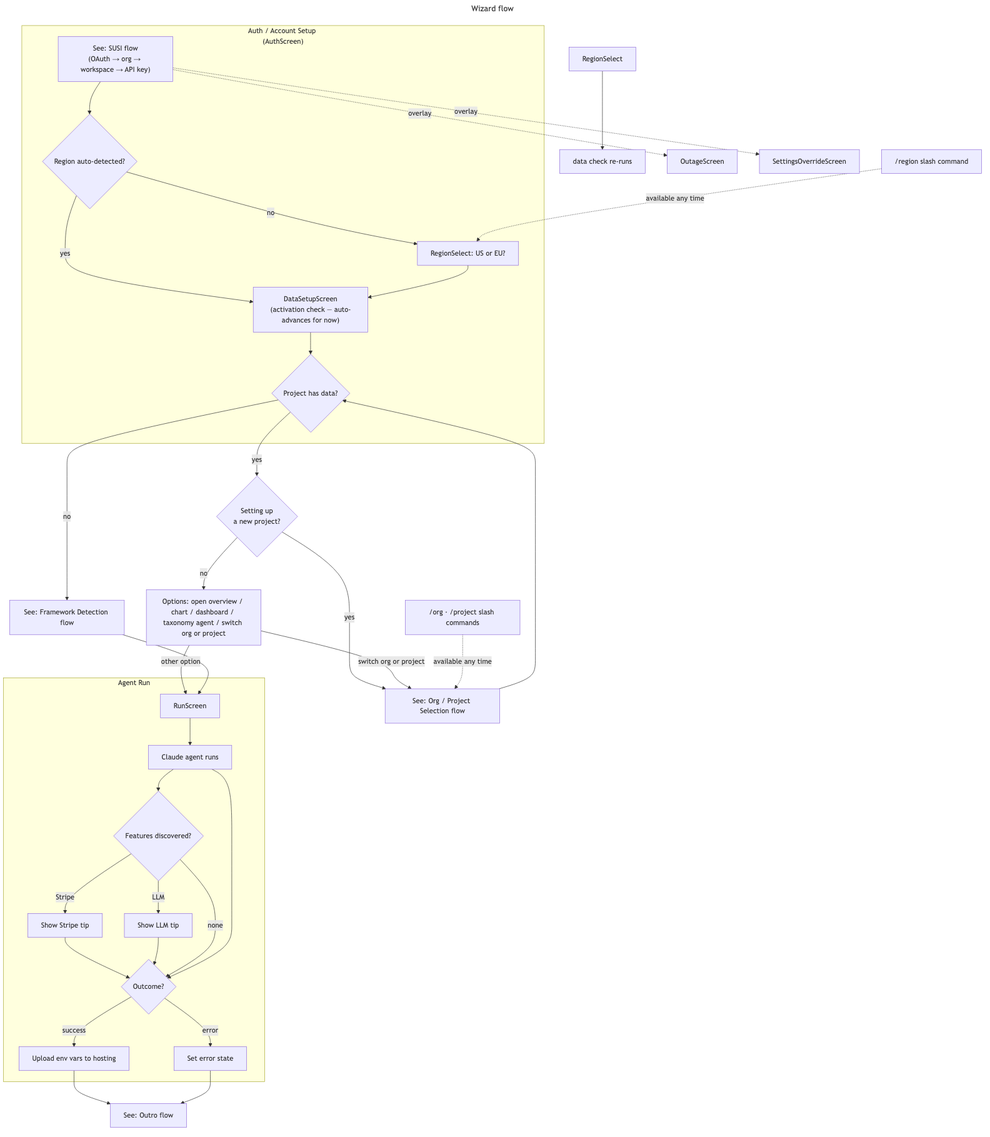
Before: docs/diagrams/wizard-flow.png, a diagram exported from Mermaid (amplitude/wizard). Its source is kept beside it as docs/diagrams/wizard-flow.mmd.
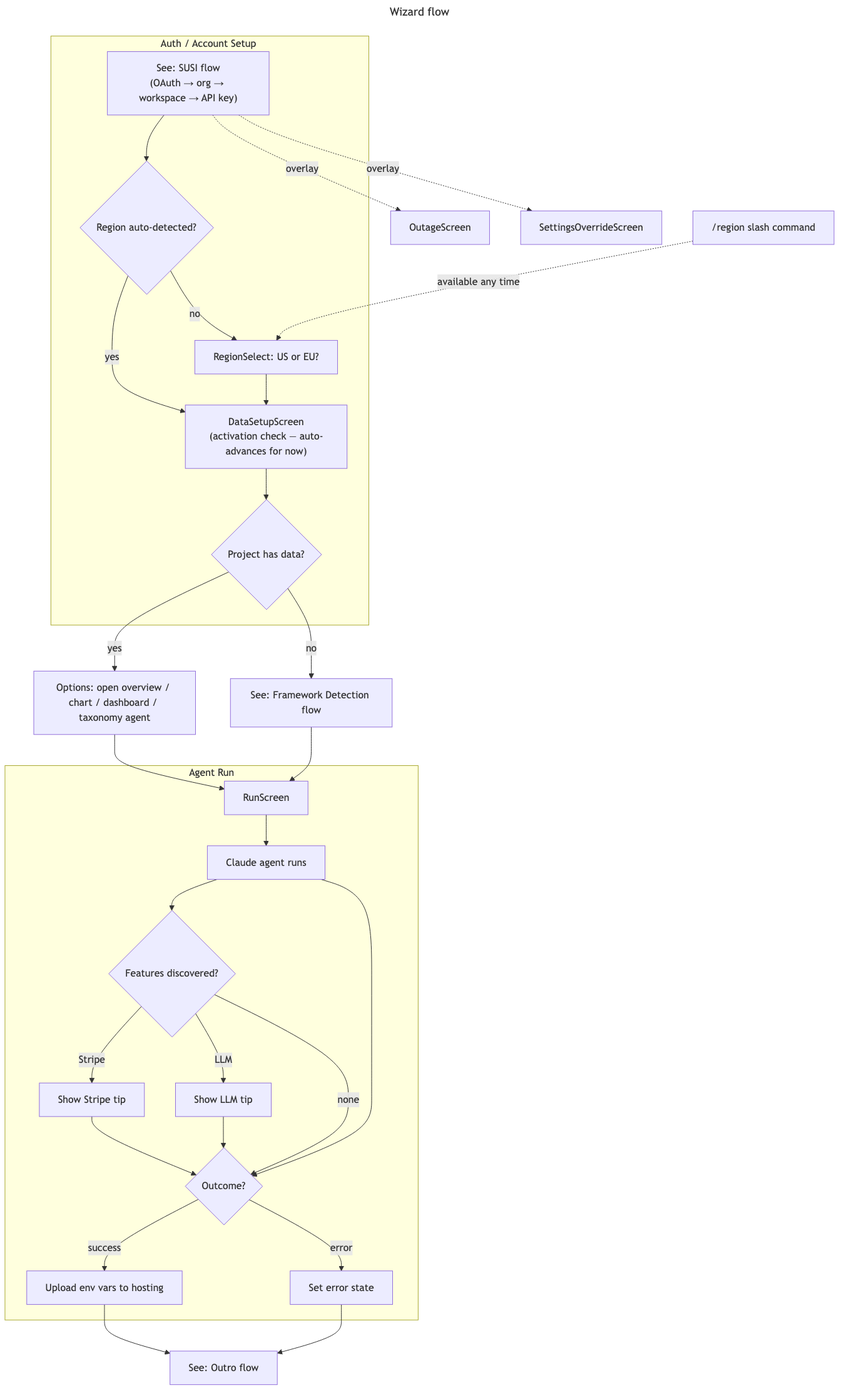
Later version of the same file.

What changed in the source:
```diff
@@ -12,18 +12,12 @@
     end
 
     DATA_CHECK -->|no| FRAMEWORK["See: Framework Detection flow"]
-    DATA_CHECK -->|yes| NEW_PROJECT{Setting up<br/>a new project?}
-    NEW_PROJECT -->|yes| ORG_PROJECT["See: Org / Project Selection flow"]
-    NEW_PROJECT -->|no| OPTIONS["Options: open overview / chart / dashboard / taxonomy agent / switch org or project"]
-    ORG_PROJECT --> DATA_CHECK
+    DATA_CHECK -->|yes| OPTIONS["Options: open overview / chart / dashboard / taxonomy agent"]
 
-    OPTIONS -->|switch org or project| ORG_PROJECT
-    OPTIONS -->|other option| RUN
+    OPTIONS --> RUN
     FRAMEWORK --> RUN
 
-    SLASH_CMD["/org · /project slash commands"] -. available any time .-> ORG_PROJECT
     SLASH_REGION["/region slash command"] -. available any time .-> REGION_SELECT
-    REGION_SELECT_2["RegionSelect"] --> DATA_CHECK2["data check re-runs"]
 
     subgraph AGENT_RUN ["Agent Run"]
         RUN["RunScreen"] --> AGENT["Claude agent runs"]
```
